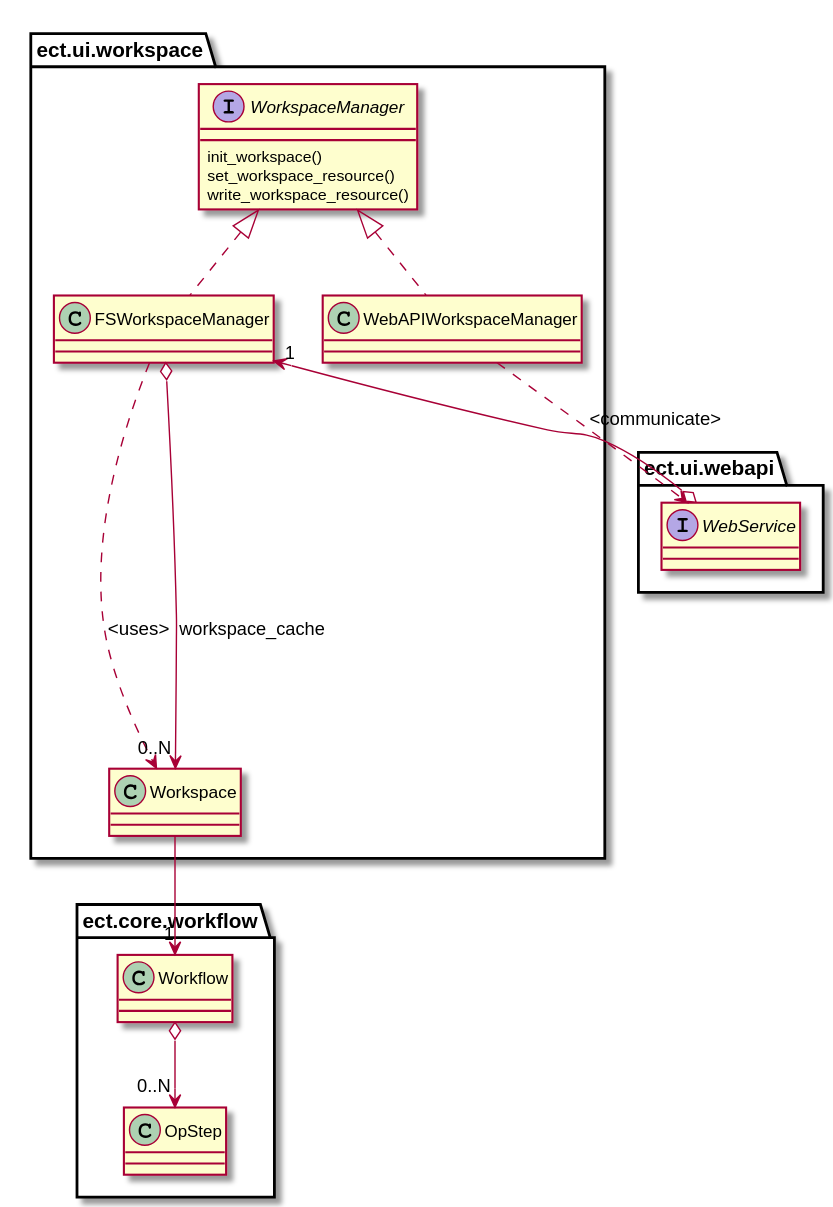
The PlantUML diagram doc/source/_static/uml/workspace.svg in CCI-Tools/cate, before a commit. Its source is kept beside it as doc/source/uml/workspace.puml.
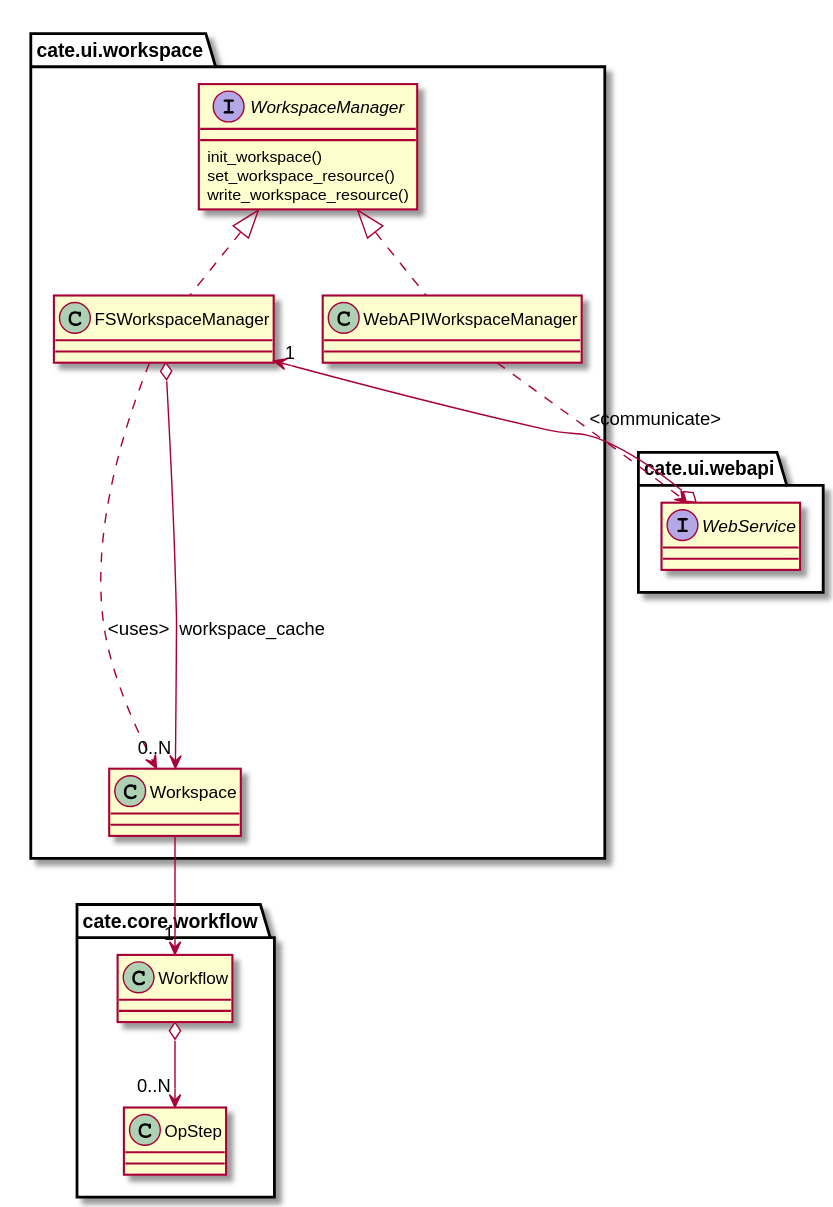
Above is the later version.

Diff of the diagram source:
```diff
@@ -1,31 +1,31 @@
 @startuml
 
-interface ect.ui.workspace.WorkspaceManager {
+interface cate.ui.workspace.WorkspaceManager {
     init_workspace()
     set_workspace_resource()
     write_workspace_resource()
 }
 
-class ect.ui.workspace.FSWorkspaceManager implements ect.ui.workspace.WorkspaceManager {
+class cate.ui.workspace.FSWorkspaceManager implements cate.ui.workspace.WorkspaceManager {
 }
 
-class ect.ui.workspace.WebAPIWorkspaceManager implements ect.ui.workspace.WorkspaceManager {
+class cate.ui.workspace.WebAPIWorkspaceManager implements cate.ui.workspace.WorkspaceManager {
 }
 
-interface ect.ui.webapi.WebService {
+interface cate.ui.webapi.WebService {
 }
 
-class ect.ui.workspace.Workspace {
+class cate.ui.workspace.Workspace {
 }
 
 
 
-ect.ui.workspace.WebAPIWorkspaceManager ..> ect.ui.webapi.WebService: <communicate>
-ect.ui.workspace.FSWorkspaceManager ..--> ect.ui.workspace.Workspace: <uses>
-ect.ui.workspace.FSWorkspaceManager o--> "0..N" ect.ui.workspace.Workspace: workspace_cache
-ect.ui.webapi.WebService o--> "1" ect.ui.workspace.FSWorkspaceManager
-ect.ui.workspace.Workspace --> "1" ect.core.workflow.Workflow
+cate.ui.workspace.WebAPIWorkspaceManager ..> cate.ui.webapi.WebService: <communicate>
+cate.ui.workspace.FSWorkspaceManager ..--> cate.ui.workspace.Workspace: <uses>
+cate.ui.workspace.FSWorkspaceManager o--> "0..N" cate.ui.workspace.Workspace: workspace_cache
+cate.ui.webapi.WebService o--> "1" cate.ui.workspace.FSWorkspaceManager
+cate.ui.workspace.Workspace --> "1" cate.core.workflow.Workflow
 
-ect.core.workflow.Workflow o--> "0..N" ect.core.workflow.OpStep
+cate.core.workflow.Workflow o--> "0..N" cate.core.workflow.OpStep
 
 @enduml
```
